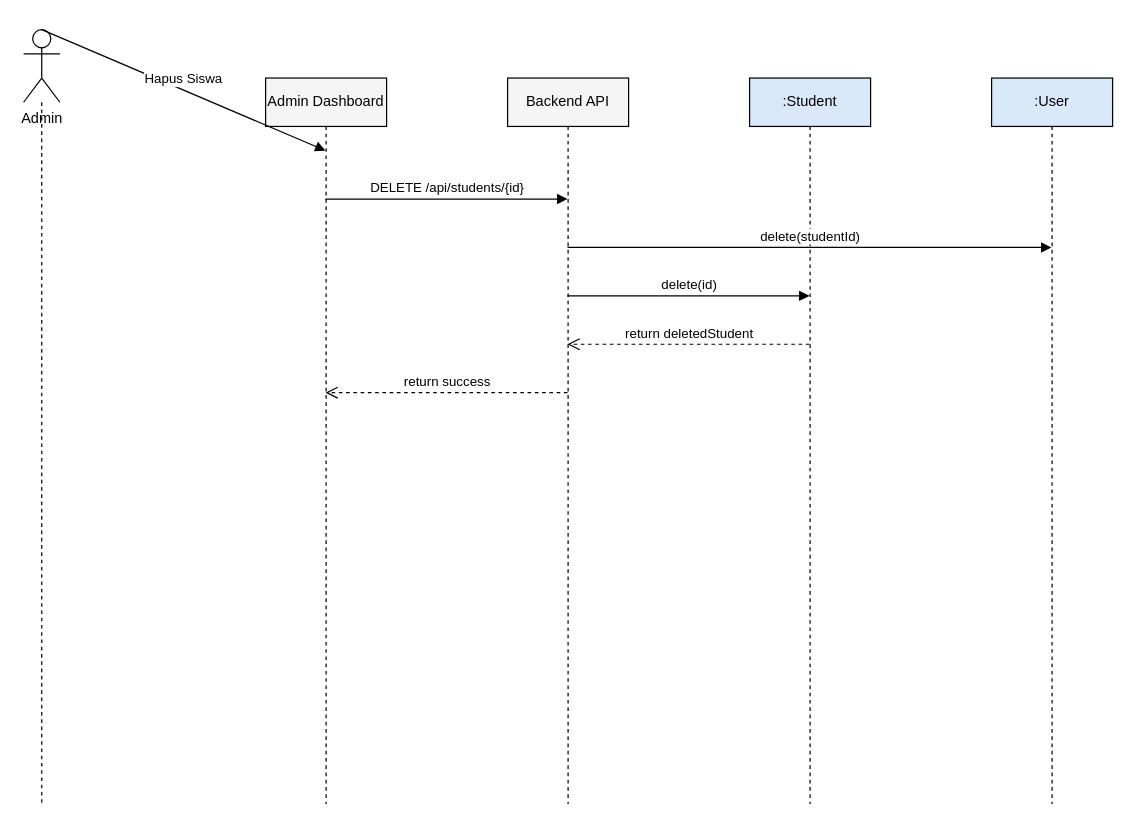
Earlier version of the draw.io diagram docs/sequence_admin_delete_student.drawio (muhammaddzaki123/adminkassmpit). Source tidied: cells renumbered, new cells numbered last; positions are measured from the earlier drawing's top-left corner, leaving out a move shared by most shapes. Both pictures are drawn from the tidied source at 121%, with x=0, y=0 at pixel (23, 29).
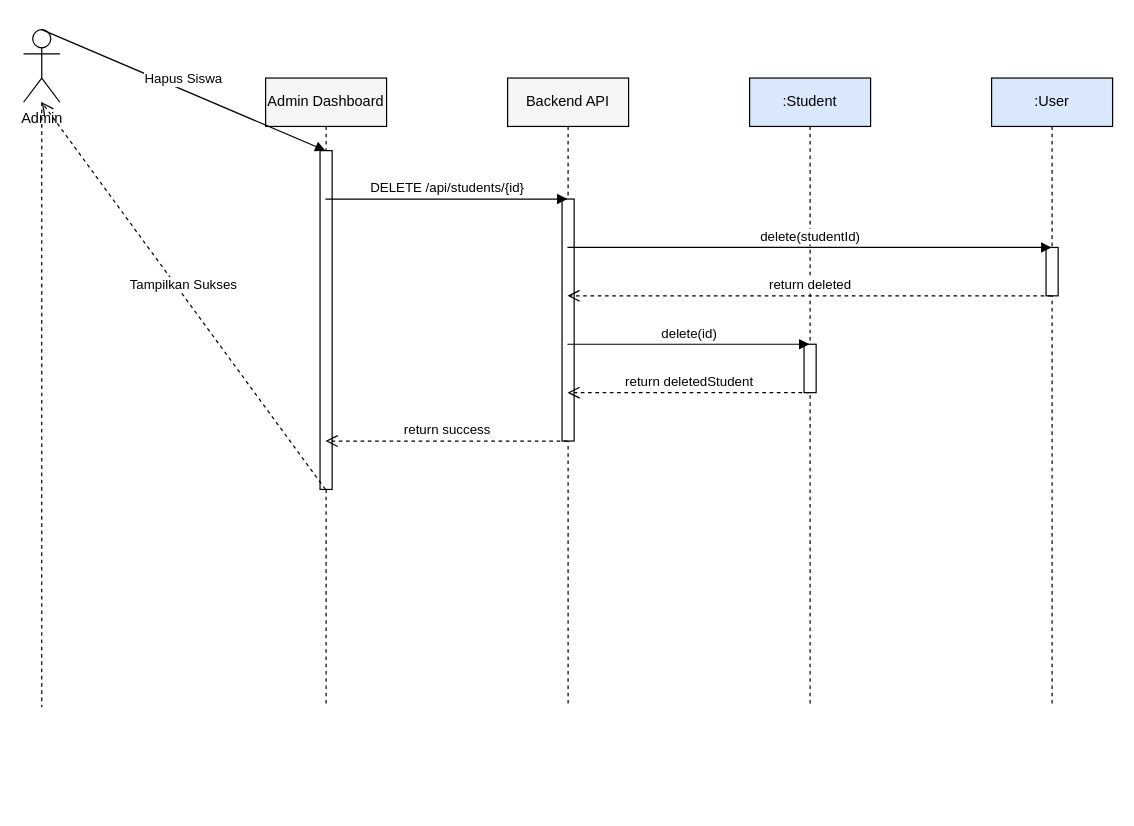
After the change.

The change refers to these unchanged cells:
```xml
<mxCell id="2" value="Admin" style="shape=umlActor;verticalLabelPosition=bottom;verticalAlign=top;html=1;outlineConnect=0;" parent="1" vertex="1">
  <mxGeometry width="30" height="60" as="geometry" />
</mxCell>
```

Change to the diagram source:
```diff
@@
     <mxCell id="3" style="endArrow=none;dashed=1;html=1;" parent="1" edge="1" source="2">
       <mxGeometry relative="1" as="geometry">
-        <mxPoint x="15" y="640" as="targetPoint" />
+        <mxPoint x="15" y="560" as="targetPoint" />
       </mxGeometry>
     </mxCell>
     <mxCell id="4" value="Admin Dashboard" style="shape=umlLifeline;perimeter=lifelinePerimeter;whiteSpace=wrap;html=1;outlineConnect=0;fillColor=#f5f5f5;" parent="1" vertex="1">
-      <mxGeometry x="200" y="40" width="100" height="600" as="geometry" />
+      <mxGeometry x="200" y="40" width="100" height="520" as="geometry" />
     </mxCell>
     <mxCell id="5" value="Backend API" style="shape=umlLifeline;perimeter=lifelinePerimeter;whiteSpace=wrap;html=1;outlineConnect=0;fillColor=#f5f5f5;" parent="1" vertex="1">
-      <mxGeometry x="400" y="40" width="100" height="600" as="geometry" />
+      <mxGeometry x="400" y="40" width="100" height="520" as="geometry" />
     </mxCell>
     <mxCell id="6" value=":Student" style="shape=umlLifeline;perimeter=lifelinePerimeter;whiteSpace=wrap;html=1;outlineConnect=0;fillColor=#dae8fc;" parent="1" vertex="1">
-      <mxGeometry x="600" y="40" width="100" height="600" as="geometry" />
+      <mxGeometry x="600" y="40" width="100" height="520" as="geometry" />
     </mxCell>
     <mxCell id="7" value=":User" style="shape=umlLifeline;perimeter=lifelinePerimeter;whiteSpace=wrap;html=1;outlineConnect=0;fillColor=#dae8fc;" parent="1" vertex="1">
-      <mxGeometry x="800" y="40" width="100" height="600" as="geometry" />
+      <mxGeometry x="800" y="40" width="100" height="520" as="geometry" />
     </mxCell>
-    <mxCell id="8" value="Hapus Siswa" style="html=1;verticalAlign=bottom;endArrow=block;rounded=0;entryX=0.5;entryY=0.1;exitX=0.5;exitY=0.1;" parent="1" edge="1" source="2" target="4">
-      <mxGeometry relative="1" as="geometry" />
+    <mxCell id="8" style="html=1;perimeter=orthogonalPerimeter;fillColor=#FFFFFF;strokeColor=#000000;" parent="1" vertex="1">
+      <mxGeometry x="845" y="180" width="10" height="40" as="geometry" />
     </mxCell>
-    <mxCell id="9" value="DELETE /api/students/{id}" style="html=1;verticalAlign=bottom;endArrow=block;rounded=0;entryX=0.5;entryY=0.16666666666666666;exitX=0.5;exitY=0.16666666666666666;" parent="1" edge="1" source="4" target="5">
-      <mxGeometry relative="1" as="geometry" />
+    <mxCell id="9" style="html=1;perimeter=orthogonalPerimeter;fillColor=#FFFFFF;strokeColor=#000000;" parent="1" vertex="1">
+      <mxGeometry x="645" y="260" width="10" height="40" as="geometry" />
     </mxCell>
-    <mxCell id="10" value="delete(studentId)" style="html=1;verticalAlign=bottom;endArrow=block;rounded=0;entryX=0.5;entryY=0.23333333333333334;exitX=0.5;exitY=0.23333333333333334;" parent="1" edge="1" source="5" target="7">
-      <mxGeometry relative="1" as="geometry" />
+    <mxCell id="10" style="html=1;perimeter=orthogonalPerimeter;fillColor=#FFFFFF;strokeColor=#000000;" parent="1" vertex="1">
+      <mxGeometry x="445" y="140" width="10" height="200" as="geometry" />
     </mxCell>
-    <mxCell id="11" value="delete(id)" style="html=1;verticalAlign=bottom;endArrow=block;rounded=0;entryX=0.5;entryY=0.3;exitX=0.5;exitY=0.3;" parent="1" edge="1" source="5" target="6">
-      <mxGeometry relative="1" as="geometry" />
+    <mxCell id="11" style="html=1;perimeter=orthogonalPerimeter;fillColor=#FFFFFF;strokeColor=#000000;" parent="1" vertex="1">
+      <mxGeometry x="245" y="100" width="10" height="280" as="geometry" />
     </mxCell>
-    <mxCell id="12" value="return deletedStudent" style="html=1;verticalAlign=bottom;endArrow=open;dashed=1;endSize=8;rounded=0;entryX=0.5;entryY=0.36666666666666664;exitX=0.5;exitY=0.36666666666666664;" parent="1" edge="1" source="6" target="5">
+    <mxCell id="12" value="Hapus Siswa" style="html=1;verticalAlign=bottom;endArrow=block;rounded=0;entryX=0.5;entryY=0.11538461538461539;exitX=0.5;exitY=0.11538461538461539;" parent="1" edge="1" source="2" target="4">
       <mxGeometry relative="1" as="geometry" />
     </mxCell>
-    <mxCell id="13" value="return success" style="html=1;verticalAlign=bottom;endArrow=open;dashed=1;endSize=8;rounded=0;entryX=0.5;entryY=0.43333333333333335;exitX=0.5;exitY=0.43333333333333335;" parent="1" edge="1" source="5" target="4">
+    <mxCell id="13" value="DELETE /api/students/{id}" style="html=1;verticalAlign=bottom;endArrow=block;rounded=0;entryX=0.5;entryY=0.19230769230769232;exitX=0.5;exitY=0.19230769230769232;" parent="1" edge="1" source="4" target="5">
       <mxGeometry relative="1" as="geometry" />
     </mxCell>
+    <mxCell id="14" value="delete(studentId)" style="html=1;verticalAlign=bottom;endArrow=block;rounded=0;entryX=0.5;entryY=0.2692307692307692;exitX=0.5;exitY=0.2692307692307692;" parent="1" edge="1" source="5" target="7">
+      <mxGeometry relative="1" as="geometry" />
+    </mxCell>
+    <mxCell id="15" value="return deleted" style="html=1;verticalAlign=bottom;endArrow=open;dashed=1;endSize=8;rounded=0;entryX=0.5;entryY=0.34615384615384615;exitX=0.5;exitY=0.34615384615384615;" parent="1" edge="1" source="7" target="5">
+      <mxGeometry relative="1" as="geometry" />
+    </mxCell>
+    <mxCell id="16" value="delete(id)" style="html=1;verticalAlign=bottom;endArrow=block;rounded=0;entryX=0.5;entryY=0.4230769230769231;exitX=0.5;exitY=0.4230769230769231;" parent="1" edge="1" source="5" target="6">
+      <mxGeometry relative="1" as="geometry" />
+    </mxCell>
+    <mxCell id="17" value="return deletedStudent" style="html=1;verticalAlign=bottom;endArrow=open;dashed=1;endSize=8;rounded=0;entryX=0.5;entryY=0.5;exitX=0.5;exitY=0.5;" parent="1" edge="1" source="6" target="5">
+      <mxGeometry relative="1" as="geometry" />
+    </mxCell>
+    <mxCell id="18" value="return success" style="html=1;verticalAlign=bottom;endArrow=open;dashed=1;endSize=8;rounded=0;entryX=0.5;entryY=0.5769230769230769;exitX=0.5;exitY=0.5769230769230769;" parent="1" edge="1" source="5" target="4">
+      <mxGeometry relative="1" as="geometry" />
+    </mxCell>
+    <mxCell id="19" value="Tampilkan Sukses" style="html=1;verticalAlign=bottom;endArrow=open;dashed=1;endSize=8;rounded=0;entryX=0.5;entryY=0.6538461538461539;exitX=0.5;exitY=0.6538461538461539;" parent="1" edge="1" source="4" target="2">
+      <mxGeometry relative="1" as="geometry" />
+    </mxCell>
```
